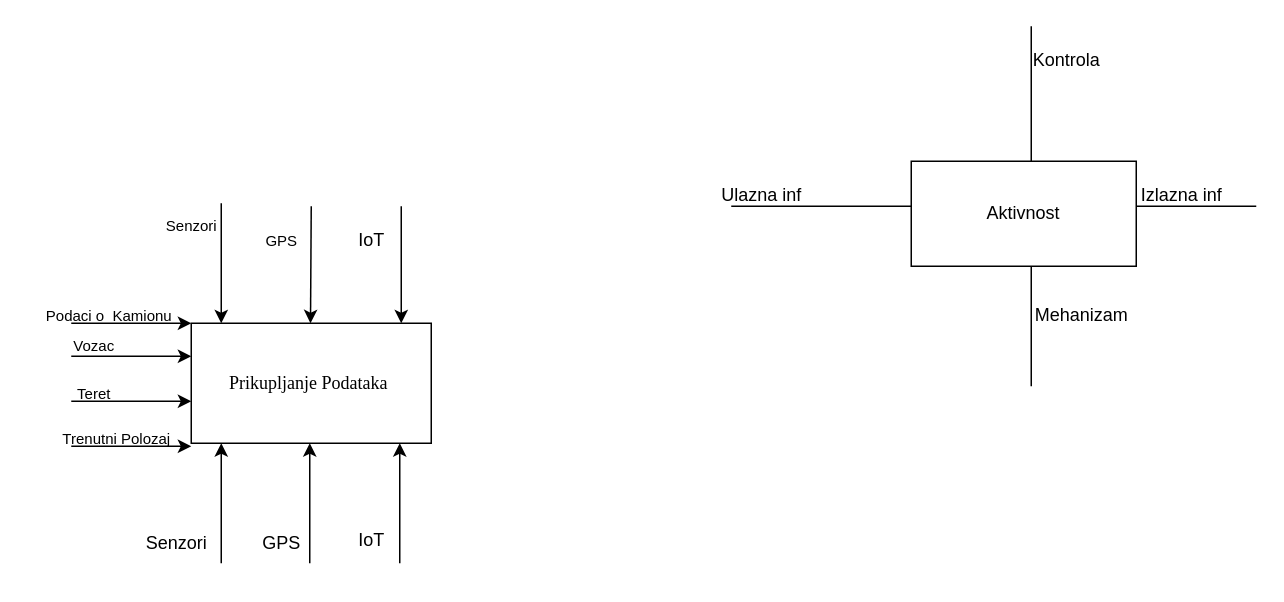
JustAl3x/PIS-TovarKamiona keeps this draw.io diagram as ProjekatTovarKamiona.drawio. Above is the earlier version. Source tidied: cells renumbered, new cells numbered last; positions are measured from the earlier drawing's top-left corner, leaving out a move shared by most shapes. Both pictures are drawn from the tidied source at 150%, with x=0, y=0 at pixel (26, 26).
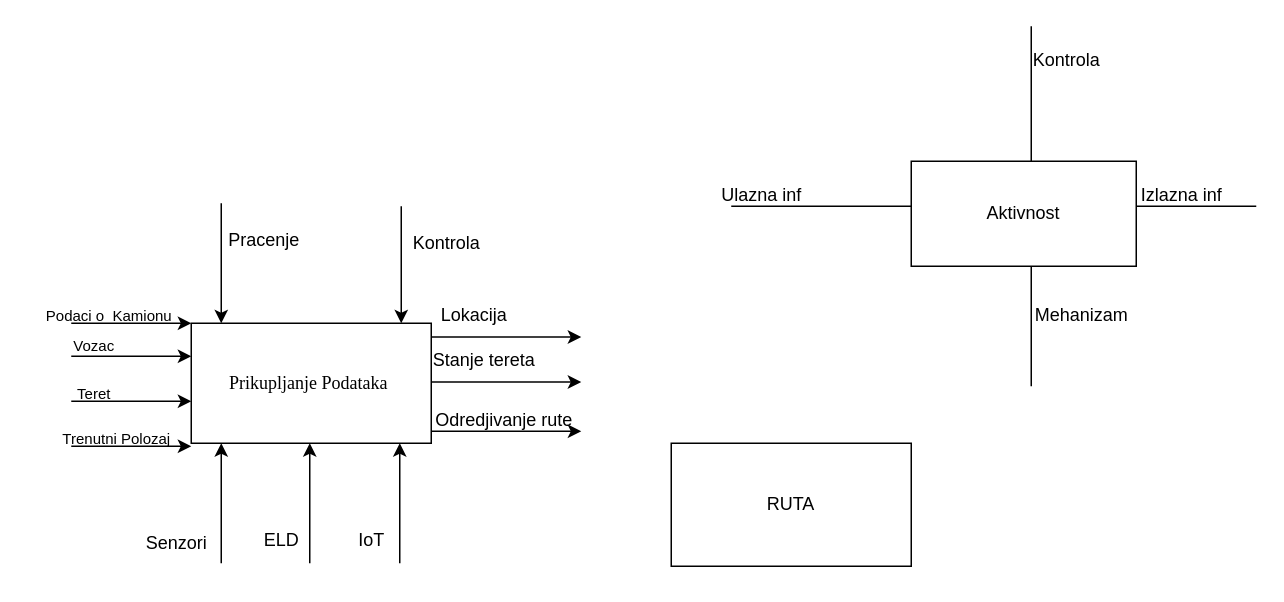
The same diagram, later.

The edit, as a diff of the source:
```diff
@@
-    <mxCell id="21" value="Senzori" style="text;html=1;align=center;verticalAlign=middle;strokeColor=none;fillColor=none;fontSize=10;" parent="1" vertex="1">
-      <mxGeometry x="80" y="118" width="60" height="30" as="geometry" />
-    </mxCell>
-    <mxCell id="22" style="endArrow=classic;html=1;rounded=0;" parent="1" edge="1">
-      <mxGeometry relative="1" as="geometry">
-        <mxPoint x="190" y="120" as="sourcePoint" />
-        <mxPoint x="189.5" y="198" as="targetPoint" />
-      </mxGeometry>
-    </mxCell>
-    <mxCell id="23" value="GPS" style="text;html=1;align=center;verticalAlign=middle;strokeColor=none;fillColor=none;fontSize=10;" parent="1" vertex="1">
-      <mxGeometry x="150" y="128" width="40" height="30" as="geometry" />
-    </mxCell>
@@
-    <mxCell id="25" value="IoT" style="text;html=1;align=center;verticalAlign=middle;strokeColor=none;fillColor=none;" parent="1" vertex="1">
-      <mxGeometry x="210" y="128" width="40" height="30" as="geometry" />
-    </mxCell>
@@
-    <mxCell id="30" value="GPS" style="text;html=1;align=center;verticalAlign=middle;strokeColor=none;fillColor=none;" parent="1" vertex="1">
-      <mxGeometry x="145" y="330" width="50" height="30" as="geometry" />
-    </mxCell>
@@
+    <mxCell id="32" style="endArrow=classic;html=1;rounded=0;" parent="1" edge="1">
+      <mxGeometry relative="1" as="geometry">
+        <mxPoint x="270" y="207.2" as="sourcePoint" />
+        <mxPoint x="370" y="207.2" as="targetPoint" />
+      </mxGeometry>
+    </mxCell>
+    <mxCell id="33" value="&amp;nbsp; &amp;nbsp; &amp;nbsp;Lokacija" style="text;html=1;align=center;verticalAlign=middle;strokeColor=none;fillColor=none;" parent="1" vertex="1">
+      <mxGeometry x="250" y="178" width="80" height="30" as="geometry" />
+    </mxCell>
+    <mxCell id="34" style="endArrow=classic;html=1;rounded=0;" parent="1" edge="1">
+      <mxGeometry relative="1" as="geometry">
+        <mxPoint x="270" y="237.2" as="sourcePoint" />
+        <mxPoint x="370" y="237.2" as="targetPoint" />
+      </mxGeometry>
+    </mxCell>
+    <mxCell id="35" value="Stanje tereta" style="text;html=1;align=center;verticalAlign=middle;strokeColor=none;fillColor=none;" parent="1" vertex="1">
+      <mxGeometry x="260" y="208" width="90" height="30" as="geometry" />
+    </mxCell>
+    <mxCell id="36" value="ELD" style="text;html=1;align=center;verticalAlign=middle;strokeColor=none;fillColor=none;" parent="1" vertex="1">
+      <mxGeometry x="145" y="328" width="50" height="30" as="geometry" />
+    </mxCell>
+    <mxCell id="37" value="&amp;nbsp; &amp;nbsp; &amp;nbsp; &amp;nbsp; &amp;nbsp; &amp;nbsp;Pracenje" style="text;html=1;align=center;verticalAlign=middle;strokeColor=none;fillColor=none;" parent="1" vertex="1">
+      <mxGeometry x="85" y="128" width="110" height="30" as="geometry" />
+    </mxCell>
+    <mxCell id="38" value="Kontrola" style="text;html=1;align=center;verticalAlign=middle;strokeColor=none;fillColor=none;" parent="1" vertex="1">
+      <mxGeometry x="245" y="130" width="70" height="30" as="geometry" />
+    </mxCell>
+    <mxCell id="39" value="RUTA" style="rounded=0;whiteSpace=wrap;html=1;" parent="1" vertex="1">
+      <mxGeometry x="430" y="278" width="160" height="82" as="geometry" />
+    </mxCell>
+    <mxCell id="40" style="endArrow=classic;html=1;rounded=0;" parent="1" edge="1">
+      <mxGeometry relative="1" as="geometry">
+        <mxPoint x="270" y="270" as="sourcePoint" />
+        <mxPoint x="370" y="270" as="targetPoint" />
+      </mxGeometry>
+    </mxCell>
+    <mxCell id="41" value="&amp;nbsp; &amp;nbsp; &amp;nbsp; &amp;nbsp; &amp;nbsp; &amp;nbsp; &amp;nbsp; &amp;nbsp; &amp;nbsp;Odredjivanje rute" style="text;html=1;align=center;verticalAlign=middle;strokeColor=none;fillColor=none;" parent="1" vertex="1">
+      <mxGeometry x="205" y="248" width="170" height="30" as="geometry" />
+    </mxCell>
```
